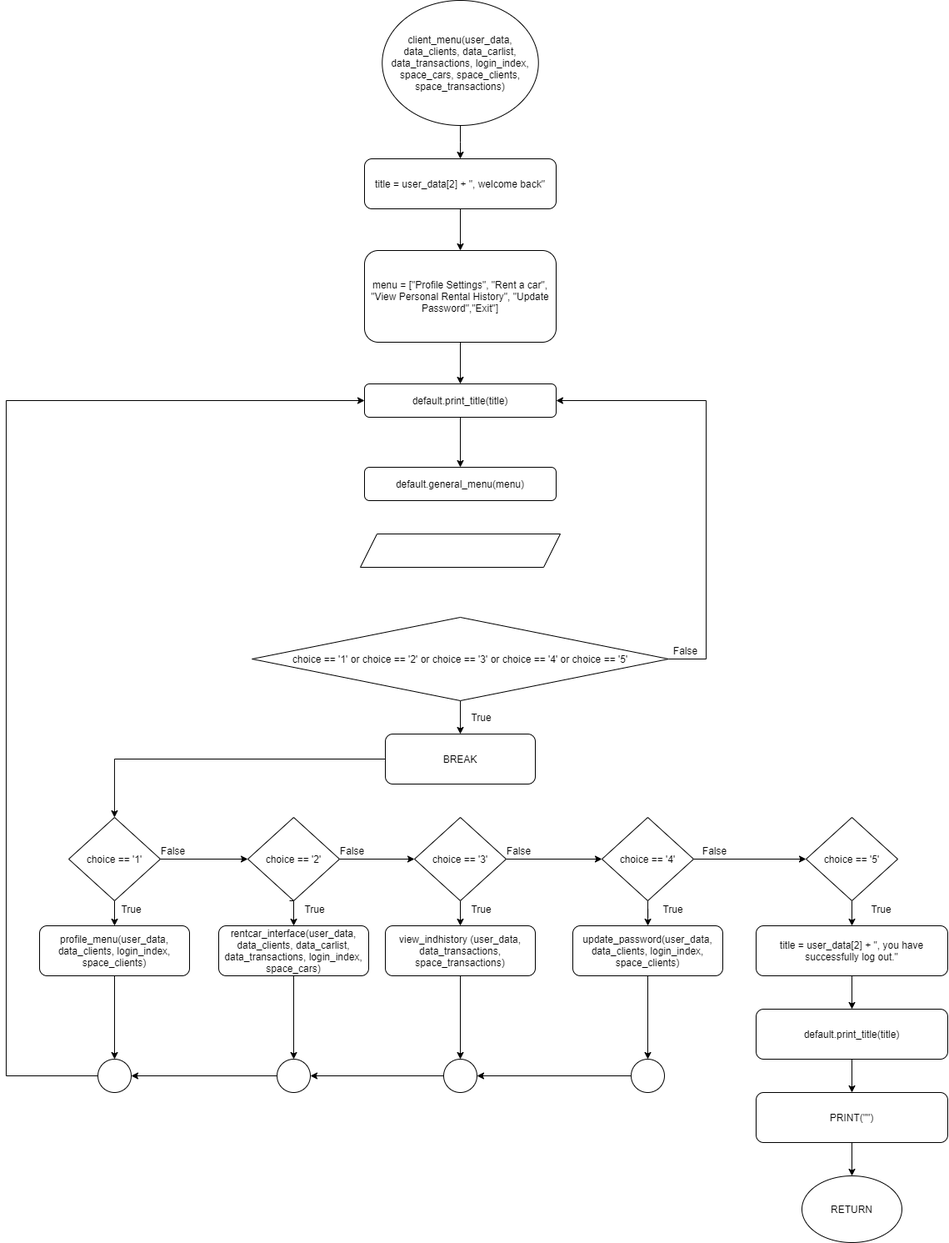
Earlier version of the draw.io export Flowchart/clients/client_menu.png (RabbitBear00/Car-Rental-System). Source tidied: cells renumbered, new cells last; positions are measured from the earlier drawing's top-left corner, leaving out a move shared by most shapes. The source it was exported from:
```xml
<mxGraphModel>
  <root>
    <mxCell id="0" />
    <mxCell id="1" parent="0" />
    <mxCell id="2" style="edgeStyle=orthogonalEdgeStyle;rounded=0;jettySize=auto;html=1;" parent="1" edge="1" source="3" target="5">
      <mxGeometry relative="1" as="geometry" />
    </mxCell>
    <mxCell id="3" value="client_menu(user_data, data_clients, data_carlist, data_transactions, login_index, space_cars, space_clients, space_transactions)" style="ellipse;whiteSpace=wrap;html=1;" parent="1" vertex="1">
      <mxGeometry x="451.2" width="187.5" height="150" as="geometry" />
    </mxCell>
    <mxCell id="4" style="edgeStyle=orthogonalEdgeStyle;rounded=0;jettySize=auto;html=1;" parent="1" edge="1" source="5" target="7">
      <mxGeometry relative="1" as="geometry" />
    </mxCell>
    <mxCell id="5" value="title = user_data[2] + &quot;, welcome back&quot;" style="rounded=1;whiteSpace=wrap;html=1;" parent="1" vertex="1">
      <mxGeometry x="430" y="190" width="230" height="60" as="geometry" />
    </mxCell>
    <mxCell id="6" style="edgeStyle=orthogonalEdgeStyle;rounded=0;jettySize=auto;html=1;" parent="1" edge="1" source="7" target="43">
      <mxGeometry relative="1" as="geometry" />
    </mxCell>
    <mxCell id="7" value="menu = [&quot;Profile Settings&quot;, &quot;Rent a car&quot;, &quot;View Personal Rental History&quot;, &quot;Update Password&quot;,&quot;Exit&quot;]" style="rounded=1;whiteSpace=wrap;html=1;" parent="1" vertex="1">
      <mxGeometry x="430" y="300" width="230" height="110" as="geometry" />
    </mxCell>
    <mxCell id="8" style="edgeStyle=orthogonalEdgeStyle;rounded=0;jettySize=auto;html=1;" parent="1" edge="1" source="9" target="11">
      <mxGeometry relative="1" as="geometry" />
    </mxCell>
    <mxCell id="9" value="choice == '5'" style="rhombus;whiteSpace=wrap;html=1;" parent="1" vertex="1">
      <mxGeometry x="960" y="980" width="110" height="100" as="geometry" />
    </mxCell>
    <mxCell id="10" style="edgeStyle=orthogonalEdgeStyle;rounded=0;jettySize=auto;html=1;" parent="1" edge="1" source="11" target="13">
      <mxGeometry relative="1" as="geometry" />
    </mxCell>
    <mxCell id="11" value="title = user_data[2] + &quot;, you have successfully log out.&quot;" style="rounded=1;whiteSpace=wrap;html=1;" parent="1" vertex="1">
      <mxGeometry x="900" y="1110" width="230" height="60" as="geometry" />
    </mxCell>
    <mxCell id="12" style="edgeStyle=orthogonalEdgeStyle;rounded=0;jettySize=auto;html=1;" parent="1" edge="1" source="13" target="15">
      <mxGeometry relative="1" as="geometry" />
    </mxCell>
    <mxCell id="13" value="default.print_title(title)" style="rounded=1;whiteSpace=wrap;html=1;" parent="1" vertex="1">
      <mxGeometry x="900" y="1210" width="230" height="60" as="geometry" />
    </mxCell>
    <mxCell id="14" style="edgeStyle=orthogonalEdgeStyle;rounded=0;jettySize=auto;html=1;" parent="1" edge="1" source="15" target="16">
      <mxGeometry relative="1" as="geometry" />
    </mxCell>
    <mxCell id="15" value="PRINT(&quot;&quot;)" style="rounded=1;whiteSpace=wrap;html=1;" parent="1" vertex="1">
      <mxGeometry x="900" y="1310" width="230" height="60" as="geometry" />
    </mxCell>
    <mxCell id="16" value="RETURN" style="ellipse;whiteSpace=wrap;html=1;" parent="1" vertex="1">
      <mxGeometry x="955" y="1410" width="120" height="80" as="geometry" />
    </mxCell>
    <mxCell id="17" style="edgeStyle=orthogonalEdgeStyle;rounded=0;jettySize=auto;html=1;exitX=0.5;exitY=1;exitDx=0;exitDy=0;entryX=0.5;entryY=0;entryDx=0;entryDy=0;" parent="1" edge="1" source="19" target="33">
      <mxGeometry relative="1" as="geometry" />
    </mxCell>
    <mxCell id="18" style="edgeStyle=orthogonalEdgeStyle;rounded=0;jettySize=auto;html=1;" parent="1" edge="1" source="19" target="22">
      <mxGeometry relative="1" as="geometry" />
    </mxCell>
    <mxCell id="19" value="choice == '1'" style="rhombus;whiteSpace=wrap;html=1;" parent="1" vertex="1">
      <mxGeometry x="75" y="980" width="110" height="100" as="geometry" />
    </mxCell>
    <mxCell id="20" style="edgeStyle=orthogonalEdgeStyle;rounded=0;orthogonalLoop=1;jettySize=auto;html=1;exitX=0.5;exitY=1;exitDx=0;exitDy=0;entryX=0.5;entryY=0;entryDx=0;entryDy=0;" parent="1" edge="1">
      <mxGeometry relative="1" as="geometry">
        <mxPoint x="340" y="1080" as="sourcePoint" />
        <mxPoint x="345" y="1110" as="targetPoint" />
      </mxGeometry>
    </mxCell>
    <mxCell id="21" style="edgeStyle=orthogonalEdgeStyle;rounded=0;jettySize=auto;html=1;" parent="1" edge="1" source="22" target="25">
      <mxGeometry relative="1" as="geometry" />
    </mxCell>
    <mxCell id="22" value="choice == '2'" style="rhombus;whiteSpace=wrap;html=1;" parent="1" vertex="1">
      <mxGeometry x="290" y="980" width="110" height="100" as="geometry" />
    </mxCell>
    <mxCell id="23" style="edgeStyle=orthogonalEdgeStyle;rounded=0;jettySize=auto;html=1;" parent="1" edge="1" source="25" target="37">
      <mxGeometry relative="1" as="geometry" />
    </mxCell>
    <mxCell id="24" style="edgeStyle=orthogonalEdgeStyle;rounded=0;jettySize=auto;html=1;" parent="1" edge="1" source="25" target="28">
      <mxGeometry relative="1" as="geometry" />
    </mxCell>
    <mxCell id="25" value="choice == '3'" style="rhombus;whiteSpace=wrap;html=1;" parent="1" vertex="1">
      <mxGeometry x="490" y="980" width="110" height="100" as="geometry" />
    </mxCell>
    <mxCell id="26" style="edgeStyle=orthogonalEdgeStyle;rounded=0;jettySize=auto;html=1;" parent="1" edge="1" source="28" target="39">
      <mxGeometry relative="1" as="geometry" />
    </mxCell>
    <mxCell id="27" style="edgeStyle=orthogonalEdgeStyle;rounded=0;jettySize=auto;html=1;" parent="1" edge="1" source="28" target="9">
      <mxGeometry relative="1" as="geometry" />
    </mxCell>
    <mxCell id="28" value="choice == '4'" style="rhombus;whiteSpace=wrap;html=1;" parent="1" vertex="1">
      <mxGeometry x="715" y="980" width="110" height="100" as="geometry" />
    </mxCell>
    <mxCell id="29" style="edgeStyle=orthogonalEdgeStyle;rounded=0;jettySize=auto;html=1;" parent="1" edge="1" source="31" target="41">
      <mxGeometry relative="1" as="geometry" />
    </mxCell>
    <mxCell id="30" style="edgeStyle=orthogonalEdgeStyle;rounded=0;jettySize=auto;html=1;entryX=1;entryY=0.5;entryDx=0;entryDy=0;" parent="1" edge="1" source="31" target="43">
      <mxGeometry relative="1" as="geometry">
        <Array as="points">
          <mxPoint x="840" y="790" />
          <mxPoint x="840" y="480" />
        </Array>
      </mxGeometry>
    </mxCell>
    <mxCell id="31" value="choice == '1' or choice == '2' or choice == '3' or choice == '4' or choice == '5'" style="rhombus;whiteSpace=wrap;html=1;" parent="1" vertex="1">
      <mxGeometry x="295" y="740" width="500" height="100" as="geometry" />
    </mxCell>
    <mxCell id="32" style="edgeStyle=orthogonalEdgeStyle;rounded=0;jettySize=auto;html=1;entryX=0.5;entryY=0;entryDx=0;entryDy=0;startArrow=none;startFill=0;endArrow=classic;endFill=1;" parent="1" edge="1" source="33" target="46">
      <mxGeometry relative="1" as="geometry" />
    </mxCell>
    <mxCell id="33" value="profile_menu(user_data, data_clients, login_index, space_clients)" style="rounded=1;whiteSpace=wrap;html=1;" parent="1" vertex="1">
      <mxGeometry x="40" y="1110" width="180" height="60" as="geometry" />
    </mxCell>
    <mxCell id="34" style="edgeStyle=orthogonalEdgeStyle;rounded=0;jettySize=auto;html=1;startArrow=none;startFill=0;endArrow=classic;endFill=1;" parent="1" edge="1" source="35" target="48">
      <mxGeometry relative="1" as="geometry" />
    </mxCell>
    <mxCell id="35" value="rentcar_interface(user_data, data_clients, data_carlist, data_transactions, login_index, space_cars)" style="rounded=1;whiteSpace=wrap;html=1;" parent="1" vertex="1">
      <mxGeometry x="255" y="1110" width="180" height="60" as="geometry" />
    </mxCell>
    <mxCell id="36" style="edgeStyle=orthogonalEdgeStyle;rounded=0;jettySize=auto;html=1;startArrow=none;startFill=0;endArrow=classic;endFill=1;" parent="1" edge="1" source="37" target="50">
      <mxGeometry relative="1" as="geometry" />
    </mxCell>
    <mxCell id="37" value="&lt;div&gt;&lt;span&gt;view_indhistory (user_data, data_transactions, space_transactions)&lt;/span&gt;&lt;/div&gt;" style="rounded=1;whiteSpace=wrap;html=1;align=center;" parent="1" vertex="1">
      <mxGeometry x="455" y="1110" width="180" height="60" as="geometry" />
    </mxCell>
    <mxCell id="38" style="edgeStyle=orthogonalEdgeStyle;rounded=0;jettySize=auto;html=1;startArrow=none;startFill=0;endArrow=classic;endFill=1;" parent="1" edge="1" source="39" target="52">
      <mxGeometry relative="1" as="geometry" />
    </mxCell>
    <mxCell id="39" value="update_password(user_data, data_clients, login_index, space_clients)" style="rounded=1;whiteSpace=wrap;html=1;" parent="1" vertex="1">
      <mxGeometry x="680" y="1110" width="180" height="60" as="geometry" />
    </mxCell>
    <mxCell id="40" style="edgeStyle=orthogonalEdgeStyle;rounded=0;jettySize=auto;html=1;exitX=0;exitY=0.5;exitDx=0;exitDy=0;" parent="1" edge="1" source="41" target="19">
      <mxGeometry relative="1" as="geometry" />
    </mxCell>
    <mxCell id="41" value="BREAK" style="rounded=1;whiteSpace=wrap;html=1;" parent="1" vertex="1">
      <mxGeometry x="455" y="880" width="180" height="60" as="geometry" />
    </mxCell>
    <mxCell id="42" style="edgeStyle=orthogonalEdgeStyle;rounded=0;jettySize=auto;html=1;" parent="1" edge="1" source="43" target="44">
      <mxGeometry relative="1" as="geometry" />
    </mxCell>
    <mxCell id="43" value="default.print_title(title)" style="rounded=1;whiteSpace=wrap;html=1;" parent="1" vertex="1">
      <mxGeometry x="430" y="460" width="230" height="40" as="geometry" />
    </mxCell>
    <mxCell id="44" value="default.general_menu(menu)" style="rounded=1;whiteSpace=wrap;html=1;" parent="1" vertex="1">
      <mxGeometry x="430" y="560" width="230" height="40" as="geometry" />
    </mxCell>
    <mxCell id="45" style="edgeStyle=orthogonalEdgeStyle;rounded=0;jettySize=auto;html=1;entryX=0;entryY=0.5;entryDx=0;entryDy=0;startArrow=none;startFill=0;endArrow=classic;endFill=1;" parent="1" edge="1" source="46" target="43">
      <mxGeometry relative="1" as="geometry">
        <Array as="points">
          <mxPoint y="1290" />
          <mxPoint y="480" />
        </Array>
      </mxGeometry>
    </mxCell>
    <mxCell id="46" style="ellipse;whiteSpace=wrap;html=1;" parent="1" vertex="1">
      <mxGeometry x="110" y="1270" width="40" height="40" as="geometry" />
    </mxCell>
    <mxCell id="47" style="edgeStyle=orthogonalEdgeStyle;rounded=0;jettySize=auto;html=1;startArrow=none;startFill=0;endArrow=classic;endFill=1;entryX=1;entryY=0.5;entryDx=0;entryDy=0;" parent="1" edge="1" source="48" target="46">
      <mxGeometry relative="1" as="geometry" />
    </mxCell>
    <mxCell id="48" style="ellipse;whiteSpace=wrap;html=1;" parent="1" vertex="1">
      <mxGeometry x="325" y="1270" width="40" height="40" as="geometry" />
    </mxCell>
    <mxCell id="49" style="edgeStyle=orthogonalEdgeStyle;rounded=0;jettySize=auto;html=1;entryX=1;entryY=0.5;entryDx=0;entryDy=0;startArrow=none;startFill=0;endArrow=classic;endFill=1;" parent="1" edge="1" source="50" target="48">
      <mxGeometry relative="1" as="geometry" />
    </mxCell>
    <mxCell id="50" style="ellipse;whiteSpace=wrap;html=1;" parent="1" vertex="1">
      <mxGeometry x="525" y="1270" width="40" height="40" as="geometry" />
    </mxCell>
    <mxCell id="51" style="edgeStyle=orthogonalEdgeStyle;rounded=0;jettySize=auto;html=1;entryX=1;entryY=0.5;entryDx=0;entryDy=0;startArrow=none;startFill=0;endArrow=classic;endFill=1;" parent="1" edge="1" source="52" target="50">
      <mxGeometry relative="1" as="geometry" />
    </mxCell>
    <mxCell id="52" style="ellipse;whiteSpace=wrap;html=1;" parent="1" vertex="1">
      <mxGeometry x="750" y="1270" width="40" height="40" as="geometry" />
    </mxCell>
    <mxCell id="53" value="False" style="text;html=1;align=center;verticalAlign=middle;strokeColor=none;" parent="1" vertex="1">
      <mxGeometry x="795" y="770" width="40" height="20" as="geometry" />
    </mxCell>
    <mxCell id="54" value="True" style="text;html=1;align=center;verticalAlign=middle;strokeColor=none;" parent="1" vertex="1">
      <mxGeometry x="550" y="850" width="40" height="20" as="geometry" />
    </mxCell>
    <mxCell id="55" value="True" style="text;html=1;align=center;verticalAlign=middle;strokeColor=none;" parent="1" vertex="1">
      <mxGeometry x="130" y="1080" width="40" height="20" as="geometry" />
    </mxCell>
    <mxCell id="56" value="True" style="text;html=1;align=center;verticalAlign=middle;strokeColor=none;" parent="1" vertex="1">
      <mxGeometry x="350" y="1080" width="40" height="20" as="geometry" />
    </mxCell>
    <mxCell id="57" value="True" style="text;html=1;align=center;verticalAlign=middle;strokeColor=none;" parent="1" vertex="1">
      <mxGeometry x="550" y="1080" width="40" height="20" as="geometry" />
    </mxCell>
    <mxCell id="58" value="True" style="text;html=1;align=center;verticalAlign=middle;strokeColor=none;" parent="1" vertex="1">
      <mxGeometry x="780" y="1080" width="40" height="20" as="geometry" />
    </mxCell>
    <mxCell id="59" value="True" style="text;html=1;align=center;verticalAlign=middle;strokeColor=none;" parent="1" vertex="1">
      <mxGeometry x="1030" y="1080" width="40" height="20" as="geometry" />
    </mxCell>
    <mxCell id="60" value="False" style="text;html=1;align=center;verticalAlign=middle;strokeColor=none;" parent="1" vertex="1">
      <mxGeometry x="180" y="1010" width="40" height="20" as="geometry" />
    </mxCell>
    <mxCell id="61" value="False" style="text;html=1;align=center;verticalAlign=middle;strokeColor=none;" parent="1" vertex="1">
      <mxGeometry x="395" y="1010" width="40" height="20" as="geometry" />
    </mxCell>
    <mxCell id="62" value="False" style="text;html=1;align=center;verticalAlign=middle;strokeColor=none;" parent="1" vertex="1">
      <mxGeometry x="595" y="1010" width="40" height="20" as="geometry" />
    </mxCell>
    <mxCell id="63" value="False" style="text;html=1;align=center;verticalAlign=middle;strokeColor=none;" parent="1" vertex="1">
      <mxGeometry x="830" y="1010" width="40" height="20" as="geometry" />
    </mxCell>
    <mxCell id="64" style="shape=parallelogram;perimeter=parallelogramPerimeter;whiteSpace=wrap;html=1;fixedSize=1;" parent="1" vertex="1">
      <mxGeometry x="425" y="640" width="240" height="40" as="geometry" />
    </mxCell>
  </root>
</mxGraphModel>
```
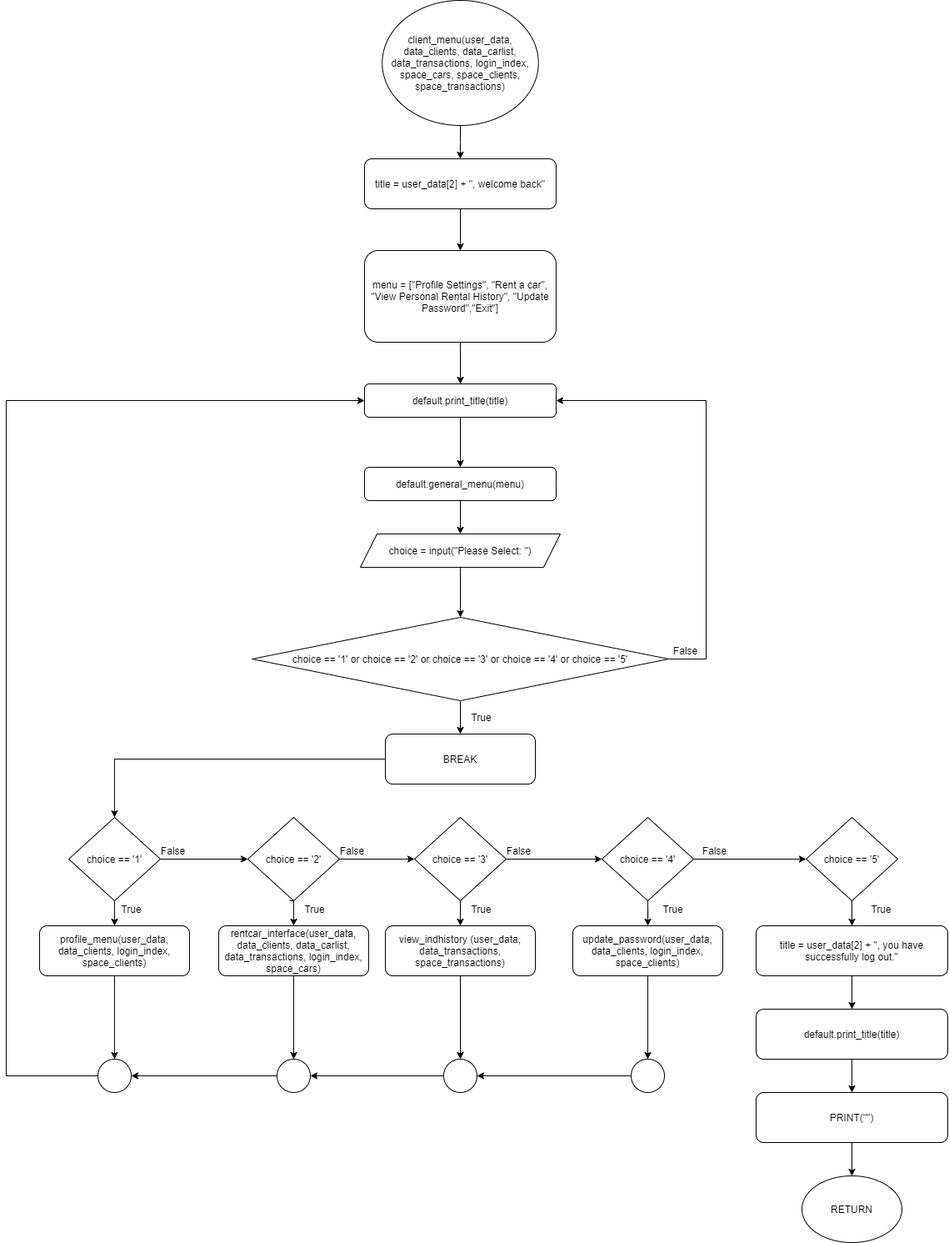
After the commit.

The edit, as a diff of the source:
```diff
@@ -136,6 +136,9 @@
     <mxCell id="43" value="default.print_title(title)" style="rounded=1;whiteSpace=wrap;html=1;" parent="1" vertex="1">
       <mxGeometry x="430" y="460" width="230" height="40" as="geometry" />
     </mxCell>
+    <mxCell id="65" style="edgeStyle=orthogonalEdgeStyle;rounded=0;jettySize=auto;html=1;startArrow=none;startFill=0;endArrow=classic;endFill=1;" parent="1" edge="1" source="44" target="64">
+      <mxGeometry relative="1" as="geometry" />
+    </mxCell>
     <mxCell id="44" value="default.general_menu(menu)" style="rounded=1;whiteSpace=wrap;html=1;" parent="1" vertex="1">
       <mxGeometry x="430" y="560" width="230" height="40" as="geometry" />
     </mxCell>
@@ -201,7 +204,10 @@
     <mxCell id="63" value="False" style="text;html=1;align=center;verticalAlign=middle;strokeColor=none;" parent="1" vertex="1">
       <mxGeometry x="830" y="1010" width="40" height="20" as="geometry" />
     </mxCell>
+    <mxCell id="66" style="edgeStyle=orthogonalEdgeStyle;rounded=0;jettySize=auto;html=1;startArrow=none;startFill=0;endArrow=classic;endFill=1;" parent="1" edge="1" source="64" target="31">
+      <mxGeometry relative="1" as="geometry" />
+    </mxCell>
-    <mxCell id="64" style="shape=parallelogram;perimeter=parallelogramPerimeter;whiteSpace=wrap;html=1;fixedSize=1;" parent="1" vertex="1">
+    <mxCell id="64" value="choice = input(&quot;Please Select: &quot;)" style="shape=parallelogram;perimeter=parallelogramPerimeter;whiteSpace=wrap;html=1;fixedSize=1;" parent="1" vertex="1">
       <mxGeometry x="425" y="640" width="240" height="40" as="geometry" />
     </mxCell>
   </root>
```
